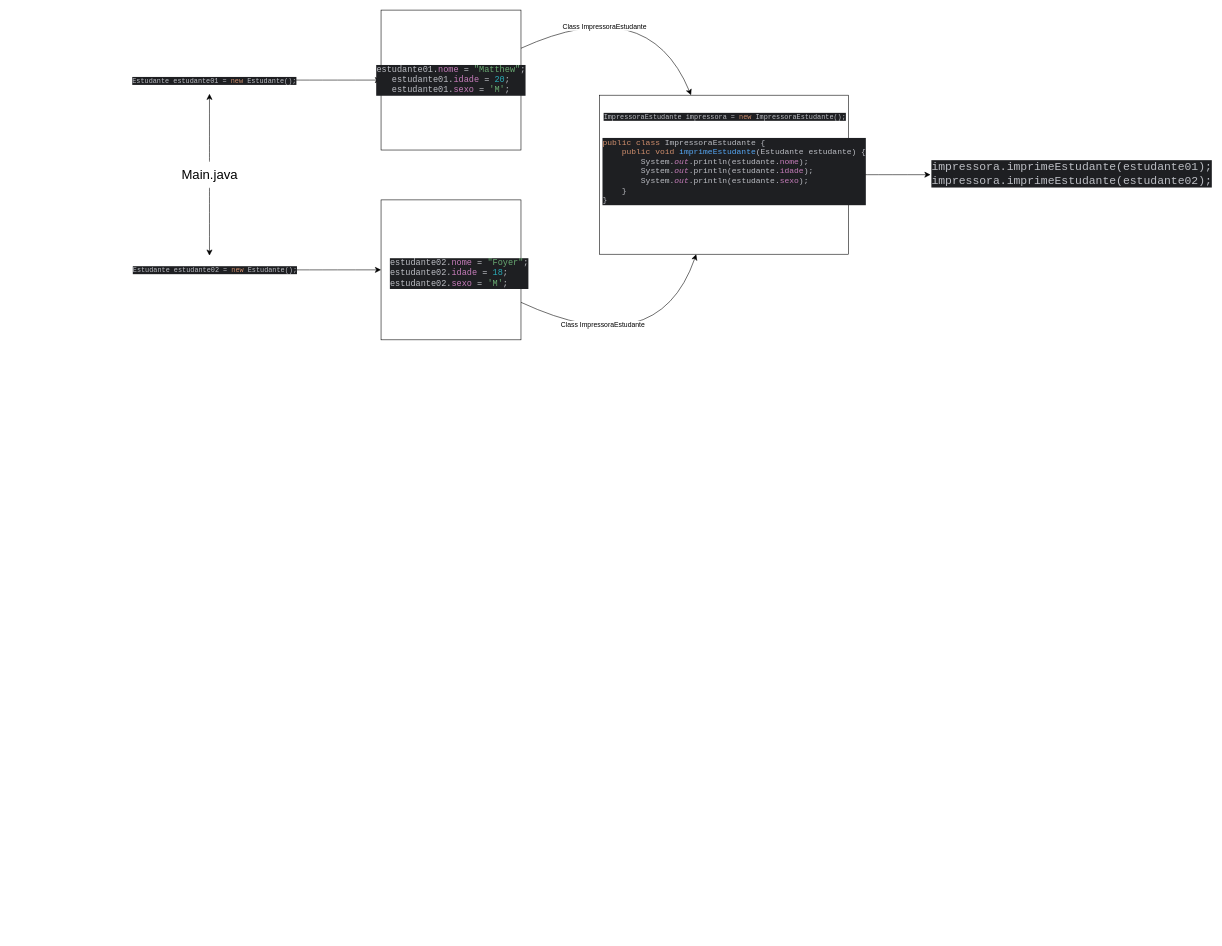
mateus-s-a/Aprendizado-Java keeps this draw.io diagram as parametros_tipo_referencia.drawio. Above is the earlier version. Source tidied: cells renumbered, new cells numbered last; positions are measured from the earlier drawing's top-left corner, leaving out a move shared by most shapes. Both pictures are drawn from the tidied source at 57%, with x=0, y=0 at pixel (131, -10).
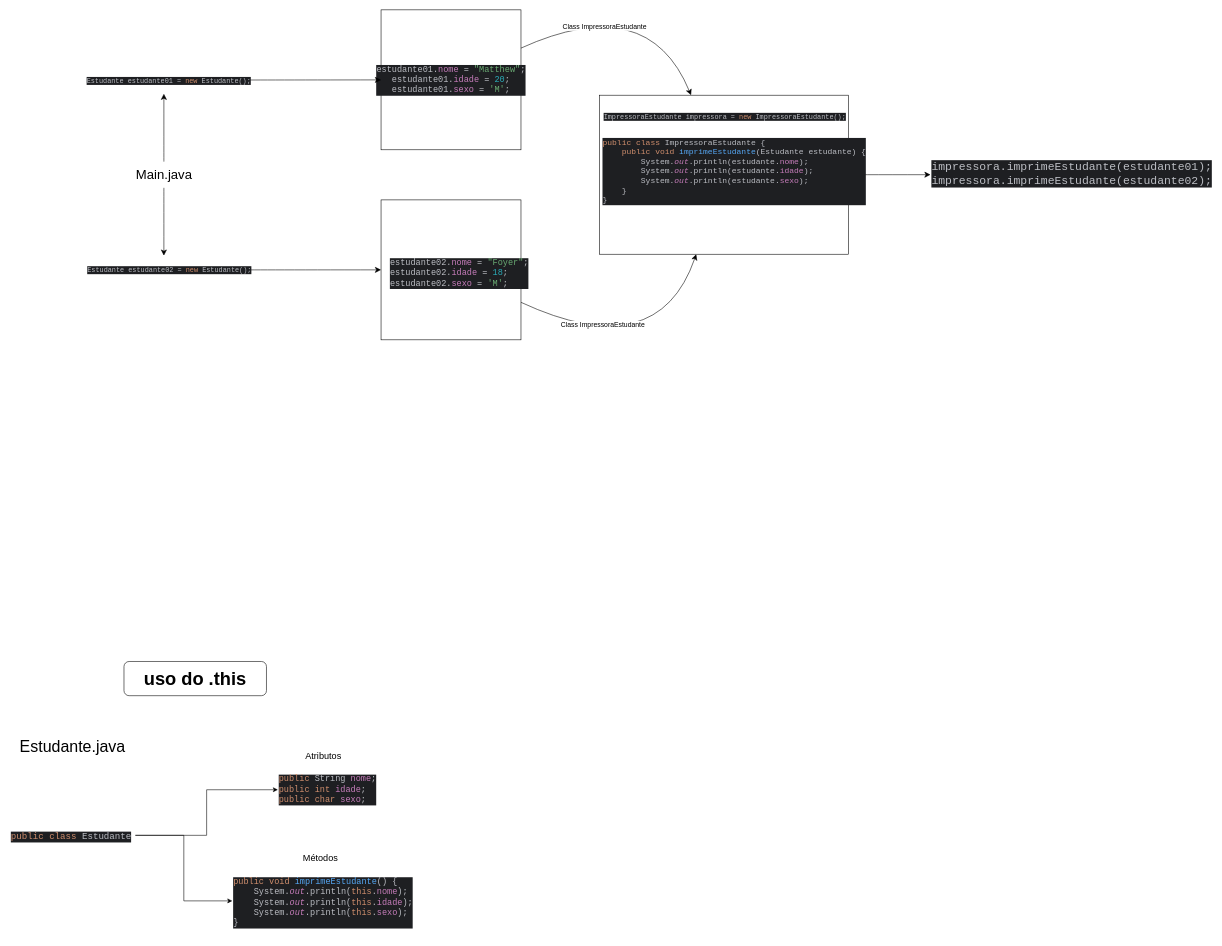
After the change.

The edit, as a diff of the source:
```diff
@@
+    <mxCell id="8" value="&lt;div style=&quot;background-color: rgb(30, 31, 34); color: rgb(188, 190, 196);&quot;&gt;&lt;pre style=&quot;font-family:'JetBrains Mono',monospace;font-size:9,8pt;&quot;&gt;&lt;font style=&quot;font-size: 15px;&quot;&gt;estudante01.&lt;span style=&quot;color: rgb(199, 125, 187);&quot;&gt;nome &lt;/span&gt;= &lt;span style=&quot;color: rgb(106, 171, 115);&quot;&gt;&quot;Matthew&quot;&lt;/span&gt;;&lt;br&gt;estudante01.&lt;span style=&quot;color: rgb(199, 125, 187);&quot;&gt;idade &lt;/span&gt;= &lt;span style=&quot;color: rgb(42, 172, 184);&quot;&gt;20&lt;/span&gt;;&lt;br&gt;estudante01.&lt;span style=&quot;color: rgb(199, 125, 187);&quot;&gt;sexo &lt;/span&gt;= &lt;span style=&quot;color: rgb(106, 171, 115);&quot;&gt;'M'&lt;/span&gt;;&lt;/font&gt;&lt;/pre&gt;&lt;/div&gt;" style="whiteSpace=wrap;html=1;" parent="1" vertex="1">
+      <mxGeometry x="438" y="33.8" width="245.5" height="245.5" as="geometry" />
+    </mxCell>
+    <mxCell id="21" style="rounded=1;whiteSpace=wrap;html=1;" parent="1" vertex="1">
+      <mxGeometry x="-13" y="1177" width="250" height="60" as="geometry" />
+    </mxCell>
-    <mxCell id="2" style="edgeStyle=none;curved=1;rounded=0;orthogonalLoop=1;jettySize=auto;html=1;fontSize=12;startSize=8;endSize=8;" parent="1" edge="1">
-      <mxGeometry relative="1" as="geometry">
-        <mxPoint x="274" y="157" as="sourcePoint" />
-        <mxPoint x="438" y="157" as="targetPoint" />
-      </mxGeometry>
+    <mxCell id="2" style="edgeStyle=none;curved=1;rounded=0;jettySize=auto;html=1;fontSize=12;startSize=8;endSize=8;" parent="1" edge="1" source="3" target="8">
+      <mxGeometry relative="1" as="geometry" />
     </mxCell>
     <mxCell id="3" value="&lt;div style=&quot;background-color:#1e1f22;color:#bcbec4&quot;&gt;&lt;pre style=&quot;font-family:'JetBrains Mono',monospace;font-size:9,8pt;&quot;&gt;Estudante estudante01 = &lt;span style=&quot;color:#cf8e6d;&quot;&gt;new &lt;/span&gt;Estudante();&lt;/pre&gt;&lt;/div&gt;" style="text;whiteSpace=wrap;html=1;" parent="1" vertex="1">
-      <mxGeometry y="133" width="274" height="48" as="geometry" />
+      <mxGeometry x="-80" y="133" width="274" height="48" as="geometry" />
     </mxCell>
@@
     <mxCell id="5" value="&lt;div style=&quot;background-color:#1e1f22;color:#bcbec4&quot;&gt;&lt;pre style=&quot;font-family:'JetBrains Mono',monospace;font-size:9,8pt;&quot;&gt;Estudante estudante02 = &lt;span style=&quot;color:#cf8e6d;&quot;&gt;new &lt;/span&gt;Estudante();&lt;br&gt;&lt;/pre&gt;&lt;/div&gt;" style="text;whiteSpace=wrap;html=1;" parent="1" vertex="1">
-      <mxGeometry x="0.5" y="465" width="273" height="50" as="geometry" />
+      <mxGeometry x="-79.5" y="465" width="273" height="50" as="geometry" />
     </mxCell>
@@
-    <mxCell id="8" value="&lt;div style=&quot;background-color: rgb(30, 31, 34); color: rgb(188, 190, 196);&quot;&gt;&lt;pre style=&quot;font-family:'JetBrains Mono',monospace;font-size:9,8pt;&quot;&gt;&lt;font style=&quot;font-size: 15px;&quot;&gt;estudante01.&lt;span style=&quot;color: rgb(199, 125, 187);&quot;&gt;nome &lt;/span&gt;= &lt;span style=&quot;color: rgb(106, 171, 115);&quot;&gt;&quot;Matthew&quot;&lt;/span&gt;;&lt;br&gt;estudante01.&lt;span style=&quot;color: rgb(199, 125, 187);&quot;&gt;idade &lt;/span&gt;= &lt;span style=&quot;color: rgb(42, 172, 184);&quot;&gt;20&lt;/span&gt;;&lt;br&gt;estudante01.&lt;span style=&quot;color: rgb(199, 125, 187);&quot;&gt;sexo &lt;/span&gt;= &lt;span style=&quot;color: rgb(106, 171, 115);&quot;&gt;'M'&lt;/span&gt;;&lt;/font&gt;&lt;/pre&gt;&lt;/div&gt;" style="whiteSpace=wrap;html=1;" parent="1" vertex="1">
-      <mxGeometry x="438" y="34.2" width="245.5" height="245.5" as="geometry" />
-    </mxCell>
@@
     <mxCell id="15" value="&lt;font style=&quot;font-size: 23px;&quot;&gt;Main.java&lt;/font&gt;" style="text;strokeColor=none;align=center;fillColor=none;html=1;verticalAlign=middle;whiteSpace=wrap;rounded=0;fontSize=16;" parent="1" vertex="1">
-      <mxGeometry x="81.5" y="300" width="111" height="46" as="geometry" />
+      <mxGeometry x="1.5" y="300" width="111" height="46" as="geometry" />
     </mxCell>
@@
+    <mxCell id="22" value="&lt;font style=&quot;font-size: 28px;&quot;&gt;Estudante.java&lt;/font&gt;" style="text;strokeColor=none;align=center;fillColor=none;html=1;verticalAlign=middle;whiteSpace=wrap;rounded=0;" parent="1" vertex="1">
+      <mxGeometry x="-203" y="1307" width="200" height="40" as="geometry" />
+    </mxCell>
+    <mxCell id="23" style="edgeStyle=orthogonalEdgeStyle;rounded=0;jettySize=auto;html=1;entryX=0;entryY=0.5;entryDx=0;entryDy=0;" parent="1" edge="1" source="25" target="26">
+      <mxGeometry relative="1" as="geometry" />
+    </mxCell>
+    <mxCell id="24" style="edgeStyle=orthogonalEdgeStyle;rounded=0;jettySize=auto;html=1;entryX=0;entryY=0.5;entryDx=0;entryDy=0;" parent="1" edge="1" source="25" target="29">
+      <mxGeometry relative="1" as="geometry" />
+    </mxCell>
+    <mxCell id="25" value="&lt;div style=&quot;background-color: rgb(30, 31, 34); color: rgb(188, 190, 196);&quot;&gt;&lt;pre style=&quot;font-family:'JetBrains Mono',monospace;font-size:9,8pt;&quot;&gt;&lt;font style=&quot;font-size: 16px;&quot;&gt;&lt;span style=&quot;color: rgb(207, 142, 109);&quot;&gt;public class &lt;/span&gt;Estudante&lt;/font&gt;&lt;/pre&gt;&lt;/div&gt;" style="text;whiteSpace=wrap;html=1;" parent="1" vertex="1">
+      <mxGeometry x="-213" y="1457" width="220" height="50" as="geometry" />
+    </mxCell>
+    <mxCell id="26" value="&lt;div style=&quot;background-color: rgb(30, 31, 34); color: rgb(188, 190, 196);&quot;&gt;&lt;pre style=&quot;font-family:'JetBrains Mono',monospace;font-size:9,8pt;&quot;&gt;&lt;font style=&quot;font-size: 15px;&quot;&gt;&lt;span style=&quot;color: rgb(207, 142, 109);&quot;&gt;public &lt;/span&gt;String &lt;span style=&quot;color: rgb(199, 125, 187);&quot;&gt;nome&lt;/span&gt;;&lt;br&gt;&lt;span style=&quot;color: rgb(207, 142, 109);&quot;&gt;public int &lt;/span&gt;&lt;span style=&quot;color: rgb(199, 125, 187);&quot;&gt;idade&lt;/span&gt;;&lt;br&gt;&lt;span style=&quot;color: rgb(207, 142, 109);&quot;&gt;public char &lt;/span&gt;&lt;span style=&quot;color: rgb(199, 125, 187);&quot;&gt;sexo&lt;/span&gt;;&lt;/font&gt;&lt;/pre&gt;&lt;/div&gt;" style="text;whiteSpace=wrap;html=1;" parent="1" vertex="1">
+      <mxGeometry x="257" y="1357" width="170" height="90" as="geometry" />
+    </mxCell>
+    <mxCell id="27" value="&lt;font style=&quot;font-size: 16px;&quot;&gt;Atributos&lt;/font&gt;" style="text;strokeColor=none;align=center;fillColor=none;html=1;verticalAlign=middle;whiteSpace=wrap;rounded=0;" parent="1" vertex="1">
+      <mxGeometry x="307" y="1327" width="60" height="30" as="geometry" />
+    </mxCell>
+    <mxCell id="28" value="&lt;font style=&quot;font-size: 16px;&quot;&gt;Métodos&lt;/font&gt;" style="text;strokeColor=none;align=center;fillColor=none;html=1;verticalAlign=middle;whiteSpace=wrap;rounded=0;" parent="1" vertex="1">
+      <mxGeometry x="302" y="1507" width="60" height="30" as="geometry" />
+    </mxCell>
+    <mxCell id="29" value="&lt;div style=&quot;background-color: rgb(30, 31, 34); color: rgb(188, 190, 196);&quot;&gt;&lt;pre style=&quot;font-family:'JetBrains Mono',monospace;font-size:9,8pt;&quot;&gt;&lt;font style=&quot;font-size: 15px;&quot;&gt;&lt;span style=&quot;color: rgb(207, 142, 109);&quot;&gt;public void &lt;/span&gt;&lt;span style=&quot;color: rgb(86, 168, 245);&quot;&gt;imprimeEstudante&lt;/span&gt;() {&lt;br&gt;    System.&lt;span style=&quot;color: rgb(199, 125, 187); font-style: italic;&quot;&gt;out&lt;/span&gt;.println(&lt;span style=&quot;color: rgb(207, 142, 109);&quot;&gt;this&lt;/span&gt;.&lt;span style=&quot;color: rgb(199, 125, 187);&quot;&gt;nome&lt;/span&gt;);&lt;br&gt;    System.&lt;span style=&quot;color: rgb(199, 125, 187); font-style: italic;&quot;&gt;out&lt;/span&gt;.println(&lt;span style=&quot;color: rgb(207, 142, 109);&quot;&gt;this&lt;/span&gt;.&lt;span style=&quot;color: rgb(199, 125, 187);&quot;&gt;idade&lt;/span&gt;);&lt;br&gt;    System.&lt;span style=&quot;color: rgb(199, 125, 187); font-style: italic;&quot;&gt;out&lt;/span&gt;.println(&lt;span style=&quot;color: rgb(207, 142, 109);&quot;&gt;this&lt;/span&gt;.&lt;span style=&quot;color: rgb(199, 125, 187);&quot;&gt;sexo&lt;/span&gt;);&lt;br&gt;}&lt;/font&gt;&lt;/pre&gt;&lt;/div&gt;" style="text;whiteSpace=wrap;html=1;" parent="1" vertex="1">
+      <mxGeometry x="177" y="1537" width="340" height="120" as="geometry" />
+    </mxCell>
+    <mxCell id="30" value="&lt;b&gt;&lt;font style=&quot;font-size: 32px;&quot;&gt;uso do .this&lt;/font&gt;&lt;/b&gt;" style="text;strokeColor=none;align=center;fillColor=none;html=1;verticalAlign=middle;whiteSpace=wrap;rounded=0;" parent="1" vertex="1">
+      <mxGeometry x="17" y="1177" width="190" height="60" as="geometry" />
+    </mxCell>
```
